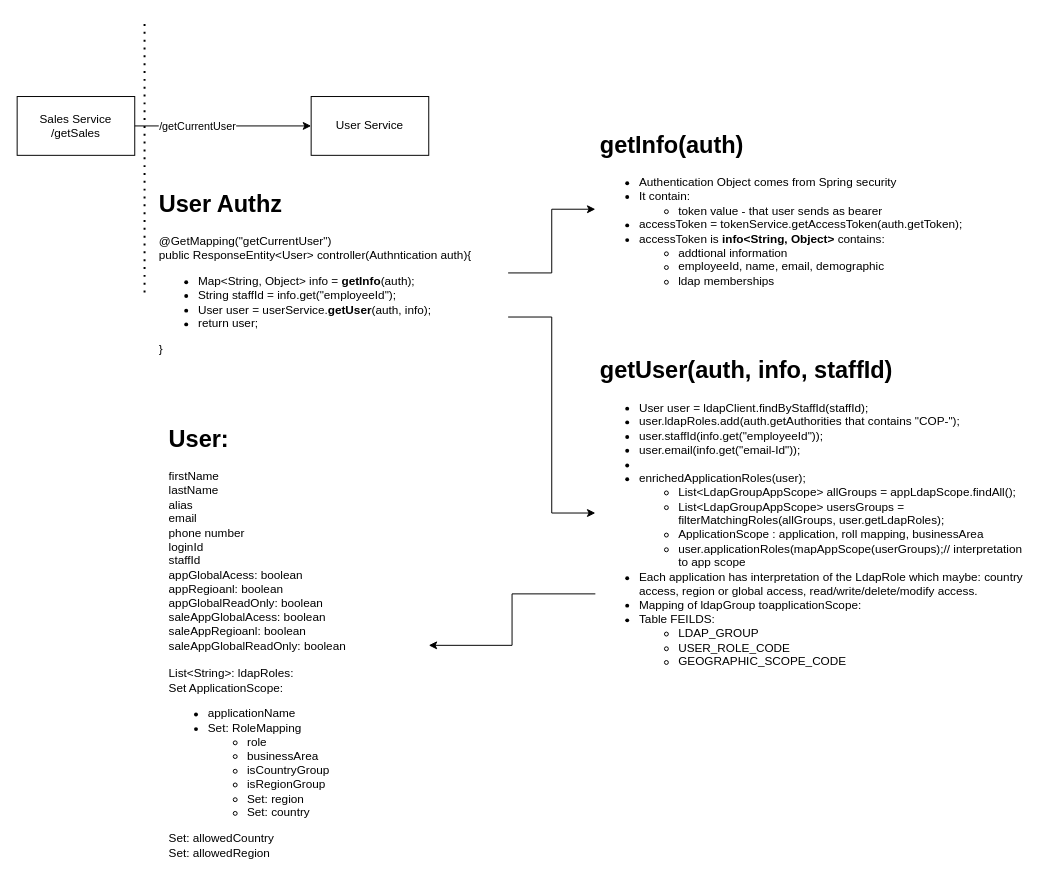
The draw.io diagram page "Authorization" (5 of 5) of SysDiagram.drawio in hemant9899/ReactLearn, before the edit. Source tidied: cells renumbered, new cells numbered last; positions are measured from the earlier drawing's top-left corner, leaving out a move shared by most shapes. Both pictures are drawn from the tidied source at 98%, with x=0, y=0 at pixel (17, 18).
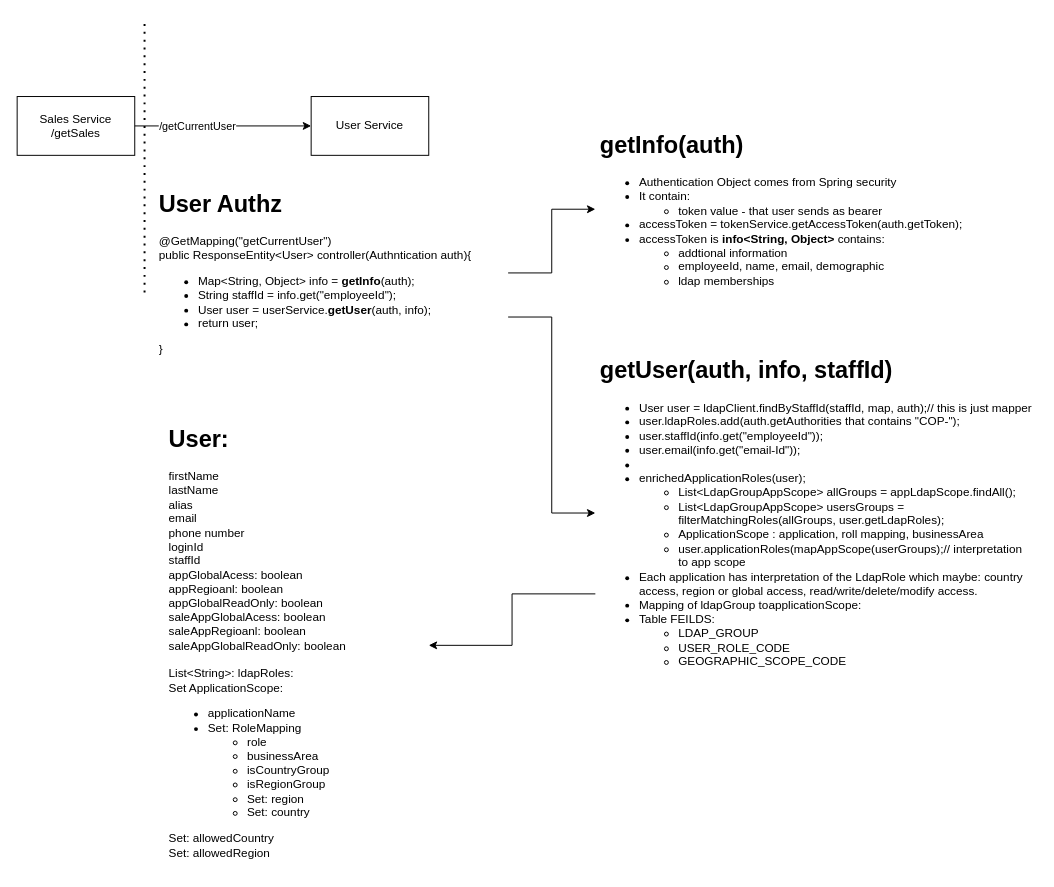
Above is the later version.

What changed in the source:
```diff
@@
 <mxGraphModel>
   <root>
     <mxCell id="0" />
     <mxCell id="1" parent="0" />
     <mxCell id="2" value="&lt;div&gt;&lt;span&gt;Sales Service&lt;/span&gt;&lt;/div&gt;&lt;div&gt;&lt;span&gt;/getSales&lt;/span&gt;&lt;/div&gt;" style="rounded=0;whiteSpace=wrap;html=1;align=center;" parent="1" vertex="1">
       <mxGeometry y="80" width="120" height="60" as="geometry" />
     </mxCell>
     <mxCell id="3" value="User Service" style="rounded=0;whiteSpace=wrap;html=1;" parent="1" vertex="1">
       <mxGeometry x="300" y="80" width="120" height="60" as="geometry" />
     </mxCell>
     <mxCell id="4" style="endArrow=classic;html=1;exitX=1;exitY=0.5;exitDx=0;exitDy=0;entryX=0;entryY=0.5;entryDx=0;entryDy=0;" parent="1" edge="1" source="2" target="3">
       <mxGeometry relative="1" as="geometry" />
     </mxCell>
     <mxCell id="5" value="/getCurrentUser" style="edgeLabel;html=1;align=center;verticalAlign=middle;" parent="4" vertex="1">
       <mxGeometry x="-0.3" relative="1" as="geometry" />
     </mxCell>
     <mxCell id="6" style="endArrow=none;dashed=1;html=1;dashPattern=1 3;strokeWidth=2;" parent="1" edge="1">
       <mxGeometry relative="1" as="geometry">
         <mxPoint x="130" y="280" as="sourcePoint" />
         <mxPoint x="130" as="targetPoint" />
       </mxGeometry>
     </mxCell>
     <mxCell id="7" style="edgeStyle=orthogonalEdgeStyle;rounded=0;jettySize=auto;html=1;entryX=0;entryY=0.5;entryDx=0;entryDy=0;" parent="1" edge="1" source="9" target="10">
       <mxGeometry relative="1" as="geometry" />
     </mxCell>
     <mxCell id="8" style="edgeStyle=orthogonalEdgeStyle;rounded=0;jettySize=auto;html=1;exitX=1;exitY=0.75;exitDx=0;exitDy=0;entryX=0;entryY=0.5;entryDx=0;entryDy=0;" parent="1" edge="1" source="9" target="12">
       <mxGeometry relative="1" as="geometry" />
     </mxCell>
     <mxCell id="9" value="&lt;h1&gt;User Authz&lt;/h1&gt;&lt;div&gt;@GetMapping(&quot;getCurrentUser&quot;)&lt;/div&gt;&lt;div&gt;public ResponseEntity&amp;lt;User&amp;gt; controller(Authntication auth){&lt;/div&gt;&lt;div&gt;&lt;ul&gt;&lt;li&gt;Map&amp;lt;String, Object&amp;gt; info = &lt;b&gt;getInfo&lt;/b&gt;(auth);&lt;/li&gt;&lt;li&gt;String staffId = info.get(&quot;employeeId&quot;);&lt;/li&gt;&lt;li&gt;User user = userService.&lt;b&gt;getUser&lt;/b&gt;(auth, info);&lt;/li&gt;&lt;li&gt;return user;&lt;/li&gt;&lt;/ul&gt;&lt;/div&gt;&lt;div&gt;}&lt;/div&gt;" style="text;html=1;strokeColor=none;fillColor=none;spacing=5;spacingTop=-20;whiteSpace=wrap;overflow=hidden;rounded=0;" parent="1" vertex="1">
       <mxGeometry x="140" y="170" width="361" height="180" as="geometry" />
     </mxCell>
     <mxCell id="10" value="&lt;h1&gt;getInfo(auth)&lt;/h1&gt;&lt;div&gt;&lt;ul&gt;&lt;li&gt;Authentication Object comes from Spring security&lt;/li&gt;&lt;li&gt;It contain:&lt;/li&gt;&lt;ul&gt;&lt;li&gt;token value - that user sends as bearer&lt;/li&gt;&lt;/ul&gt;&lt;li&gt;&lt;span style=&quot;font-size: 12px&quot;&gt;accessToken = tokenService.getAccessToken(auth.getToken);&lt;/span&gt;&lt;/li&gt;&lt;li&gt;&lt;span style=&quot;font-size: 12px&quot;&gt;accessToken is &lt;b&gt;info&amp;lt;String, Object&amp;gt;&lt;/b&gt; contains:&lt;br&gt;&lt;/span&gt;&lt;/li&gt;&lt;ul&gt;&lt;li&gt;&lt;span style=&quot;font-size: 12px&quot;&gt;addtional information&lt;/span&gt;&lt;/li&gt;&lt;li&gt;&lt;span style=&quot;font-size: 12px&quot;&gt;employeeId, name, email, demographic&lt;/span&gt;&lt;/li&gt;&lt;li&gt;ldap memberships&lt;/li&gt;&lt;/ul&gt;&lt;/ul&gt;&lt;/div&gt;" style="text;html=1;strokeColor=none;fillColor=none;spacing=5;spacingTop=-20;whiteSpace=wrap;overflow=hidden;rounded=0;" parent="1" vertex="1">
       <mxGeometry x="590" y="110" width="380" height="170" as="geometry" />
     </mxCell>
     <mxCell id="11" style="edgeStyle=orthogonalEdgeStyle;rounded=0;jettySize=auto;html=1;exitX=0;exitY=0.75;exitDx=0;exitDy=0;entryX=1;entryY=0.5;entryDx=0;entryDy=0;" parent="1" edge="1" source="12" target="13">
       <mxGeometry relative="1" as="geometry" />
     </mxCell>
-    <mxCell id="12" value="&lt;h1&gt;getUser(auth, info, staffId)&lt;/h1&gt;&lt;div&gt;&lt;ul&gt;&lt;li&gt;User user = ldapClient.findByStaffId(staffId);&lt;/li&gt;&lt;li&gt;user.ldapRoles.add(auth.getAuthorities that contains &quot;COP-&quot;);&lt;/li&gt;&lt;li&gt;user.staffId(info.get(&quot;employeeId&quot;));&lt;/li&gt;&lt;li&gt;user.email(info.get(&quot;email-Id&quot;));&lt;/li&gt;&lt;li&gt;&lt;br&gt;&lt;/li&gt;&lt;li&gt;enrichedApplicationRoles(user);&lt;/li&gt;&lt;ul&gt;&lt;li&gt;List&amp;lt;LdapGroupAppScope&amp;gt; allGroups = appLdapScope.findAll();&lt;/li&gt;&lt;li&gt;List&amp;lt;LdapGroupAppScope&amp;gt; usersGroups = filterMatchingRoles(allGroups, user.getLdapRoles);&lt;/li&gt;&lt;li&gt;ApplicationScope : application, roll mapping, businessArea&lt;/li&gt;&lt;li&gt;user.applicationRoles(mapAppScope(userGroups);// interpretation to app scope&lt;/li&gt;&lt;/ul&gt;&lt;li&gt;&lt;span style=&quot;font-size: 12px&quot;&gt;Each application has interpretation of the LdapRole which maybe: country access, region or global access, read/write/delete/modify access.&lt;/span&gt;&lt;/li&gt;&lt;li&gt;&lt;span style=&quot;font-size: 12px&quot;&gt;Mapping of ldapGroup toapplicationScope:&lt;/span&gt;&lt;/li&gt;&lt;li&gt;&lt;span style=&quot;font-size: 12px&quot;&gt;Table FEILDS:&amp;nbsp;&lt;/span&gt;&lt;/li&gt;&lt;ul&gt;&lt;li&gt;&lt;span style=&quot;font-size: 12px&quot;&gt;LDAP_GROUP&lt;/span&gt;&lt;/li&gt;&lt;li&gt;&lt;span style=&quot;font-size: 12px&quot;&gt;USER_ROLE_CODE&lt;/span&gt;&lt;/li&gt;&lt;li&gt;&lt;span style=&quot;font-size: 12px&quot;&gt;GEOGRAPHIC_SCOPE_CODE&lt;/span&gt;&lt;/li&gt;&lt;/ul&gt;&lt;/ul&gt;&lt;/div&gt;" style="text;html=1;strokeColor=none;fillColor=none;spacing=5;spacingTop=-20;whiteSpace=wrap;overflow=hidden;rounded=0;" parent="1" vertex="1">
+    <mxCell id="12" value="&lt;h1&gt;getUser(auth, info, staffId)&lt;/h1&gt;&lt;div&gt;&lt;ul&gt;&lt;li&gt;User user = ldapClient.findByStaffId(staffId, map, auth);// this is just mapper&lt;/li&gt;&lt;li&gt;user.ldapRoles.add(auth.getAuthorities that contains &quot;COP-&quot;);&lt;/li&gt;&lt;li&gt;user.staffId(info.get(&quot;employeeId&quot;));&lt;/li&gt;&lt;li&gt;user.email(info.get(&quot;email-Id&quot;));&lt;/li&gt;&lt;li&gt;&lt;br&gt;&lt;/li&gt;&lt;li&gt;enrichedApplicationRoles(user);&lt;/li&gt;&lt;ul&gt;&lt;li&gt;List&amp;lt;LdapGroupAppScope&amp;gt; allGroups = appLdapScope.findAll();&lt;/li&gt;&lt;li&gt;List&amp;lt;LdapGroupAppScope&amp;gt; usersGroups = filterMatchingRoles(allGroups, user.getLdapRoles);&lt;/li&gt;&lt;li&gt;ApplicationScope : application, roll mapping, businessArea&lt;/li&gt;&lt;li&gt;user.applicationRoles(mapAppScope(userGroups);// interpretation to app scope&lt;/li&gt;&lt;/ul&gt;&lt;li&gt;&lt;span style=&quot;font-size: 12px&quot;&gt;Each application has interpretation of the LdapRole which maybe: country access, region or global access, read/write/delete/modify access.&lt;/span&gt;&lt;/li&gt;&lt;li&gt;&lt;span style=&quot;font-size: 12px&quot;&gt;Mapping of ldapGroup toapplicationScope:&lt;/span&gt;&lt;/li&gt;&lt;li&gt;&lt;span style=&quot;font-size: 12px&quot;&gt;Table FEILDS:&amp;nbsp;&lt;/span&gt;&lt;/li&gt;&lt;ul&gt;&lt;li&gt;&lt;span style=&quot;font-size: 12px&quot;&gt;LDAP_GROUP&lt;/span&gt;&lt;/li&gt;&lt;li&gt;&lt;span style=&quot;font-size: 12px&quot;&gt;USER_ROLE_CODE&lt;/span&gt;&lt;/li&gt;&lt;li&gt;&lt;span style=&quot;font-size: 12px&quot;&gt;GEOGRAPHIC_SCOPE_CODE&lt;/span&gt;&lt;/li&gt;&lt;/ul&gt;&lt;/ul&gt;&lt;/div&gt;" style="text;html=1;strokeColor=none;fillColor=none;spacing=5;spacingTop=-20;whiteSpace=wrap;overflow=hidden;rounded=0;" parent="1" vertex="1">
       <mxGeometry x="590" y="340" width="450" height="330" as="geometry" />
     </mxCell>
     <mxCell id="13" value="&lt;h1&gt;User:&lt;/h1&gt;&lt;div&gt;firstName&lt;/div&gt;&lt;div&gt;lastName&lt;/div&gt;&lt;div&gt;alias&lt;/div&gt;&lt;div&gt;email&lt;/div&gt;&lt;div&gt;phone number&lt;/div&gt;&lt;div&gt;loginId&lt;/div&gt;&lt;div&gt;staffId&lt;/div&gt;&lt;div&gt;appGlobalAcess: boolean&lt;/div&gt;&lt;div&gt;appRegioanl: boolean&lt;/div&gt;&lt;div&gt;appGlobalReadOnly: boolean&lt;/div&gt;&lt;div&gt;&lt;div&gt;saleAppGlobalAcess: boolean&lt;/div&gt;&lt;div&gt;saleAppRegioanl: boolean&lt;/div&gt;&lt;div&gt;saleAppGlobalReadOnly: boolean&lt;/div&gt;&lt;/div&gt;&lt;div&gt;&lt;br&gt;&lt;/div&gt;&lt;div&gt;List&amp;lt;String&amp;gt;: ldapRoles:&amp;nbsp;&lt;/div&gt;&lt;div&gt;Set ApplicationScope:&lt;/div&gt;&lt;div&gt;&lt;ul&gt;&lt;li&gt;applicationName&lt;/li&gt;&lt;li&gt;Set: RoleMapping&lt;/li&gt;&lt;ul&gt;&lt;li&gt;role&lt;/li&gt;&lt;li&gt;businessArea&lt;/li&gt;&lt;li&gt;isCountryGroup&lt;/li&gt;&lt;li&gt;isRegionGroup&lt;/li&gt;&lt;li&gt;Set: region&lt;/li&gt;&lt;li&gt;Set: country&lt;/li&gt;&lt;/ul&gt;&lt;/ul&gt;&lt;span&gt;Set: allowedCountry&lt;/span&gt;&lt;/div&gt;&lt;div&gt;&lt;span&gt;Set: allowedRegion&amp;nbsp;&lt;/span&gt;&lt;br&gt;&lt;/div&gt;" style="text;html=1;strokeColor=none;fillColor=none;spacing=5;spacingTop=-20;whiteSpace=wrap;overflow=hidden;rounded=0;" parent="1" vertex="1">
       <mxGeometry x="150" y="410" width="270" height="460" as="geometry" />
     </mxCell>
   </root>
 </mxGraphModel>
```
